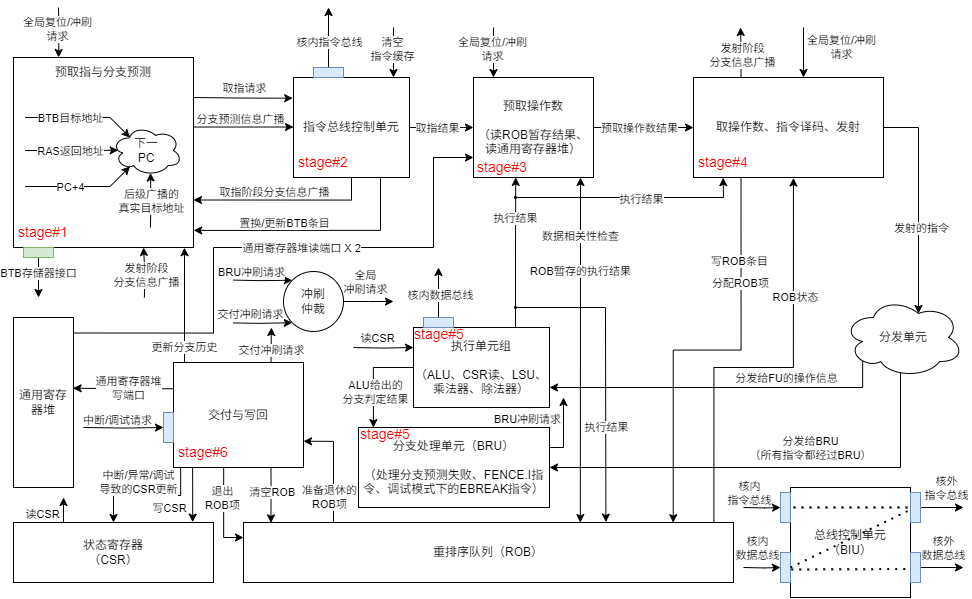
Before: img/panda_risc_v_24.png, a diagram exported from draw.io (CutestPanda/Opensoc). Source tidied: cells renumbered, new cells last; positions are measured from the earlier drawing's top-left corner, leaving out a move shared by most shapes.
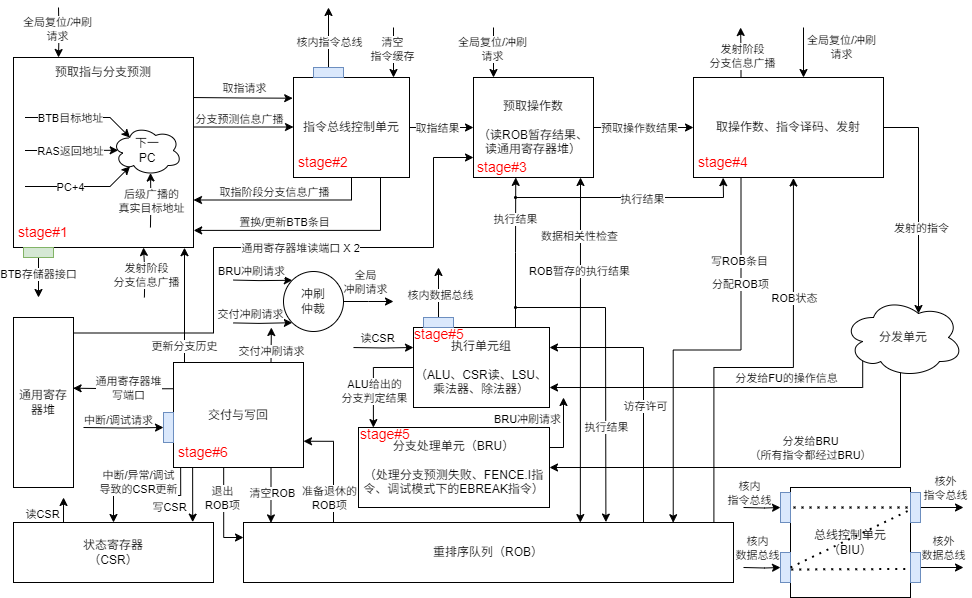
After the commit.

Commit message:
更新第2版小胖达risc-v微架构图

The edit, as a diff of the source:
```diff
@@ -620,5 +620,16 @@
     <mxCell id="136" value="冲刷&lt;div&gt;仲裁&lt;/div&gt;" style="ellipse;whiteSpace=wrap;html=1;" parent="1" vertex="1">
       <mxGeometry x="270" y="264" width="60" height="60" as="geometry" />
     </mxCell>
+    <mxCell id="137" style="endArrow=classic;html=1;rounded=0;entryX=1;entryY=0.25;entryDx=0;entryDy=0;" parent="1" edge="1" target="60">
+      <mxGeometry relative="1" as="geometry">
+        <mxPoint x="630" y="515" as="sourcePoint" />
+        <Array as="points">
+          <mxPoint x="630" y="340" />
+        </Array>
+      </mxGeometry>
+    </mxCell>
+    <mxCell id="138" value="访存许可" style="edgeLabel;html=1;align=center;verticalAlign=middle;" parent="137" vertex="1">
+      <mxGeometry x="-0.13" y="-1" relative="1" as="geometry" />
+    </mxCell>
   </root>
 </mxGraphModel>
```
